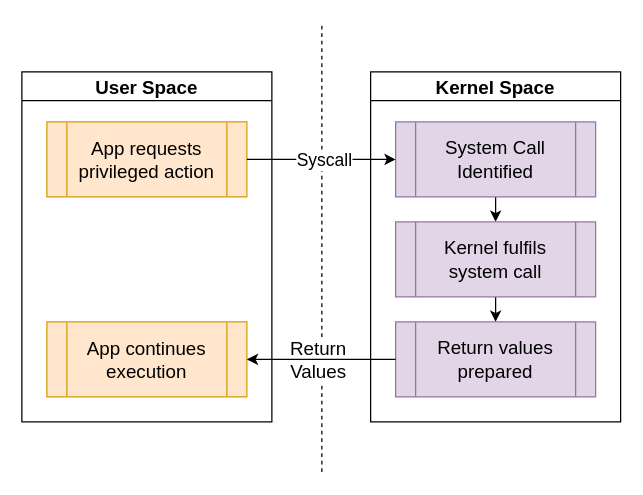
The draw.io diagram diagrams/syscall-flow.drawio in tcassar-diss/report, before the edit. Source tidied: cells renumbered, new cells numbered last; positions are measured from the earlier drawing's top-left corner, leaving out a move shared by most shapes. Both pictures are drawn from the tidied source at 125%, with x=0, y=0 at pixel (21, 21).
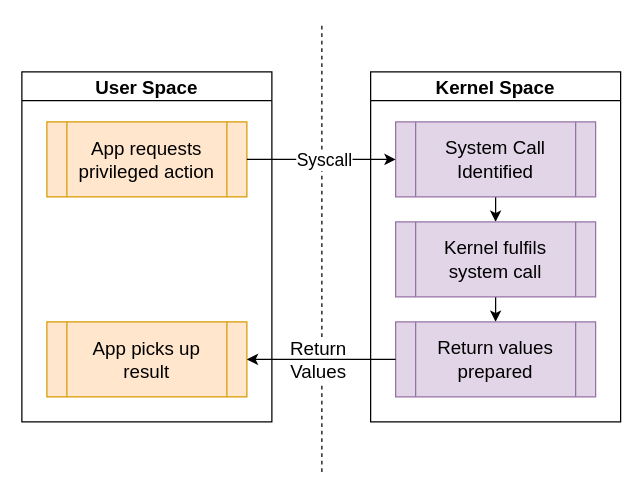
The same diagram, later.

Change to the diagram source:
```diff
@@
 <mxGraphModel>
   <root>
     <mxCell id="0" />
     <mxCell id="1" parent="0" />
     <mxCell id="2" value="&lt;font style=&quot;font-size: 15px;&quot;&gt;User Space&lt;/font&gt;" style="swimlane;whiteSpace=wrap;html=1;" parent="1" vertex="1">
       <mxGeometry y="40" width="200" height="280" as="geometry" />
     </mxCell>
     <mxCell id="3" value="&lt;font style=&quot;font-size: 15px;&quot;&gt;App requests&lt;/font&gt;&lt;div&gt;&lt;font style=&quot;font-size: 15px;&quot;&gt;privileged action&lt;/font&gt;&lt;/div&gt;" style="shape=process;whiteSpace=wrap;html=1;backgroundOutline=1;fillColor=#ffe6cc;strokeColor=#d79b00;" parent="2" vertex="1">
       <mxGeometry x="20" y="40" width="160" height="60" as="geometry" />
     </mxCell>
-    <mxCell id="4" value="&lt;span style=&quot;font-size: 15px;&quot;&gt;App continues execution&lt;/span&gt;" style="shape=process;whiteSpace=wrap;html=1;backgroundOutline=1;fillColor=#ffe6cc;strokeColor=#d79b00;" parent="2" vertex="1">
+    <mxCell id="4" value="&lt;span style=&quot;font-size: 15px;&quot;&gt;App picks up result&lt;/span&gt;" style="shape=process;whiteSpace=wrap;html=1;backgroundOutline=1;fillColor=#ffe6cc;strokeColor=#d79b00;" parent="2" vertex="1">
       <mxGeometry x="20" y="200" width="160" height="60" as="geometry" />
     </mxCell>
     <mxCell id="5" value="&lt;font style=&quot;font-size: 15px;&quot;&gt;Kernel Space&lt;/font&gt;" style="swimlane;whiteSpace=wrap;html=1;" parent="1" vertex="1">
       <mxGeometry x="279" y="40" width="200" height="280" as="geometry" />
     </mxCell>
     <mxCell id="6" style="edgeStyle=orthogonalEdgeStyle;rounded=0;jettySize=auto;html=1;exitX=0.5;exitY=1;exitDx=0;exitDy=0;entryX=0.5;entryY=0;entryDx=0;entryDy=0;" parent="5" edge="1" source="7" target="9">
       <mxGeometry relative="1" as="geometry" />
     </mxCell>
     <mxCell id="7" value="&lt;font style=&quot;font-size: 15px;&quot; face=&quot;Helvetica&quot;&gt;System Call&lt;/font&gt;&lt;div&gt;&lt;font style=&quot;font-size: 15px;&quot; face=&quot;Helvetica&quot;&gt;Identified&lt;/font&gt;&lt;/div&gt;" style="shape=process;whiteSpace=wrap;html=1;backgroundOutline=1;hachureGap=4;fontFamily=Architects Daughter;fillColor=#e1d5e7;strokeColor=#9673a6;" parent="5" vertex="1">
       <mxGeometry x="20" y="40" width="160" height="60" as="geometry" />
     </mxCell>
     <mxCell id="8" style="edgeStyle=orthogonalEdgeStyle;rounded=0;jettySize=auto;html=1;exitX=0.5;exitY=1;exitDx=0;exitDy=0;entryX=0.5;entryY=0;entryDx=0;entryDy=0;" parent="5" edge="1" source="9" target="10">
       <mxGeometry relative="1" as="geometry" />
     </mxCell>
     <mxCell id="9" value="&lt;font style=&quot;font-size: 15px;&quot; face=&quot;Helvetica&quot;&gt;Kernel fulfils system call&lt;/font&gt;" style="shape=process;whiteSpace=wrap;html=1;backgroundOutline=1;hachureGap=4;fontFamily=Architects Daughter;fillColor=#e1d5e7;strokeColor=#9673a6;" parent="5" vertex="1">
       <mxGeometry x="20" y="120" width="160" height="60" as="geometry" />
     </mxCell>
     <mxCell id="10" value="&lt;font face=&quot;Helvetica&quot;&gt;&lt;span style=&quot;font-size: 15px;&quot;&gt;Return values prepared&lt;/span&gt;&lt;/font&gt;" style="shape=process;whiteSpace=wrap;html=1;backgroundOutline=1;hachureGap=4;fontFamily=Architects Daughter;fillColor=#e1d5e7;strokeColor=#9673a6;" parent="5" vertex="1">
       <mxGeometry x="20" y="200" width="160" height="60" as="geometry" />
     </mxCell>
     <mxCell id="11" style="endArrow=none;dashed=1;html=1;rounded=0;" parent="1" edge="1">
       <mxGeometry relative="1" as="geometry">
         <mxPoint x="240" y="360" as="sourcePoint" />
         <mxPoint x="240" as="targetPoint" />
       </mxGeometry>
     </mxCell>
     <mxCell id="12" value="&lt;font style=&quot;font-size: 15px;&quot;&gt;Return&lt;/font&gt;&lt;div&gt;&lt;font style=&quot;font-size: 15px;&quot;&gt;Values&lt;/font&gt;&lt;/div&gt;" style="edgeLabel;html=1;align=center;verticalAlign=middle;" parent="11" vertex="1">
       <mxGeometry x="-0.47" y="4" relative="1" as="geometry">
         <mxPoint y="4" as="offset" />
       </mxGeometry>
     </mxCell>
     <mxCell id="13" style="edgeStyle=orthogonalEdgeStyle;rounded=0;jettySize=auto;html=1;exitX=1;exitY=0.5;exitDx=0;exitDy=0;entryX=0;entryY=0.5;entryDx=0;entryDy=0;" parent="1" edge="1" source="3" target="7">
       <mxGeometry relative="1" as="geometry" />
     </mxCell>
     <mxCell id="14" value="&lt;font style=&quot;font-size: 14px;&quot;&gt;Syscall&lt;/font&gt;" style="edgeLabel;html=1;align=center;verticalAlign=middle;" parent="13" vertex="1">
       <mxGeometry x="0.03" y="1" relative="1" as="geometry">
         <mxPoint y="1" as="offset" />
       </mxGeometry>
     </mxCell>
     <mxCell id="15" style="edgeStyle=orthogonalEdgeStyle;rounded=0;orthogonalLoop=1;jettySize=auto;html=1;exitX=0;exitY=0.5;exitDx=0;exitDy=0;entryX=1;entryY=0.5;entryDx=0;entryDy=0;" parent="1" edge="1">
       <mxGeometry relative="1" as="geometry">
         <mxPoint x="299" y="270" as="sourcePoint" />
         <mxPoint x="180" y="270" as="targetPoint" />
       </mxGeometry>
     </mxCell>
   </root>
 </mxGraphModel>
```
